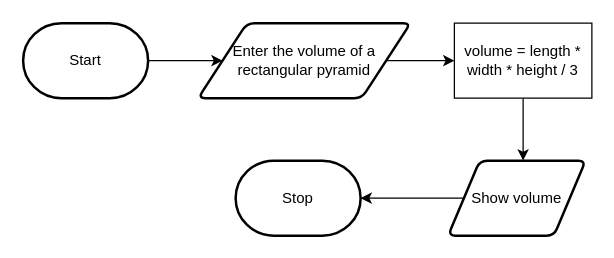
This is design/flowchart.drawio from MTHS-ICD2O-1-2024/ICD2O-Unit-3-02-Aimar-Fernandez, a draw.io file, before an edit. Source tidied: cells renumbered, new cells numbered last; positions are measured from the earlier drawing's top-left corner, leaving out a move shared by most shapes. Both pictures are drawn from the tidied source at 125%, with x=0, y=0 at pixel (22, 22).
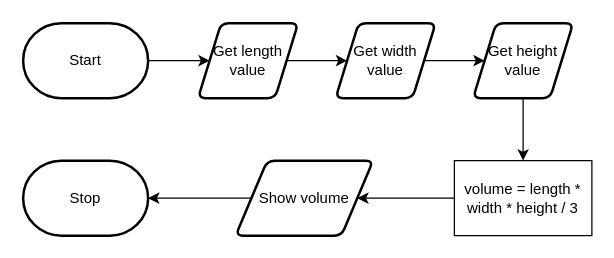
Above is the later version.

Diff of the diagram source:
```diff
@@
 <mxGraphModel>
   <root>
     <mxCell id="0" />
     <mxCell id="1" parent="0" />
-    <mxCell id="2" style="edgeStyle=orthogonalEdgeStyle;html=1;rounded=0;entryX=0.5;entryY=0;entryDx=0;entryDy=0;" parent="1" edge="1" source="6">
-      <mxGeometry relative="1" as="geometry">
-        <mxPoint x="400" y="110" as="targetPoint" />
-      </mxGeometry>
-    </mxCell>
     <mxCell id="3" value="Start" style="strokeWidth=2;html=1;shape=mxgraph.flowchart.terminator;whiteSpace=wrap;" parent="1" vertex="1">
       <mxGeometry width="100" height="60" as="geometry" />
     </mxCell>
     <mxCell id="4" value="Stop" style="strokeWidth=2;html=1;shape=mxgraph.flowchart.terminator;whiteSpace=wrap;" parent="1" vertex="1">
-      <mxGeometry x="170" y="110" width="100" height="60" as="geometry" />
+      <mxGeometry y="110" width="100" height="60" as="geometry" />
     </mxCell>
     <mxCell id="5" style="edgeStyle=orthogonalEdgeStyle;html=1;rounded=0;entryX=0;entryY=0.5;entryDx=0;entryDy=0;" parent="1" edge="1" source="3" target="9">
       <mxGeometry relative="1" as="geometry" />
     </mxCell>
+    <mxCell id="11" style="edgeStyle=none;html=1;entryX=1;entryY=0.5;entryDx=0;entryDy=0;" parent="1" edge="1" source="6" target="10">
+      <mxGeometry relative="1" as="geometry" />
+    </mxCell>
     <mxCell id="6" value="volume = length * width * height / 3" style="whiteSpace=wrap;html=1;" parent="1" vertex="1">
-      <mxGeometry x="345" width="110" height="60" as="geometry" />
+      <mxGeometry x="345" y="110" width="110" height="60" as="geometry" />
     </mxCell>
-    <mxCell id="7" style="edgeStyle=none;html=1;" parent="1" edge="1" target="6">
-      <mxGeometry relative="1" as="geometry">
-        <mxPoint x="290" y="30" as="sourcePoint" />
-      </mxGeometry>
-    </mxCell>
-    <mxCell id="8" style="edgeStyle=none;html=1;" parent="1" edge="1" target="4">
-      <mxGeometry relative="1" as="geometry">
-        <mxPoint x="355" y="140" as="sourcePoint" />
-      </mxGeometry>
-    </mxCell>
+    <mxCell id="12" style="edgeStyle=none;html=1;" parent="1" edge="1" source="9" target="14">
+      <mxGeometry relative="1" as="geometry" />
+    </mxCell>
-    <mxCell id="9" value="Enter the volume of a rectangular pyramid" style="shape=parallelogram;html=1;strokeWidth=2;perimeter=parallelogramPerimeter;whiteSpace=wrap;rounded=1;arcSize=12;size=0.23;" parent="1" vertex="1">
-      <mxGeometry x="140" width="170" height="60" as="geometry" />
+    <mxCell id="9" value="Get length value" style="shape=parallelogram;html=1;strokeWidth=2;perimeter=parallelogramPerimeter;whiteSpace=wrap;rounded=1;arcSize=12;size=0.23;" parent="1" vertex="1">
+      <mxGeometry x="140" width="80" height="60" as="geometry" />
     </mxCell>
     <mxCell id="10" value="Show volume" style="shape=parallelogram;html=1;strokeWidth=2;perimeter=parallelogramPerimeter;whiteSpace=wrap;rounded=1;arcSize=12;size=0.23;" parent="1" vertex="1">
-      <mxGeometry x="340" y="110" width="110" height="60" as="geometry" />
+      <mxGeometry x="170" y="110" width="110" height="60" as="geometry" />
     </mxCell>
+    <mxCell id="13" style="edgeStyle=none;html=1;" parent="1" edge="1" source="14" target="16">
+      <mxGeometry relative="1" as="geometry" />
+    </mxCell>
+    <mxCell id="14" value="Get width value" style="shape=parallelogram;html=1;strokeWidth=2;perimeter=parallelogramPerimeter;whiteSpace=wrap;rounded=1;arcSize=12;size=0.23;" parent="1" vertex="1">
+      <mxGeometry x="250" width="80" height="60" as="geometry" />
+    </mxCell>
+    <mxCell id="15" style="edgeStyle=none;html=1;" parent="1" edge="1" source="16" target="6">
+      <mxGeometry relative="1" as="geometry" />
+    </mxCell>
+    <mxCell id="16" value="Get height value" style="shape=parallelogram;html=1;strokeWidth=2;perimeter=parallelogramPerimeter;whiteSpace=wrap;rounded=1;arcSize=12;size=0.23;" parent="1" vertex="1">
+      <mxGeometry x="360" width="80" height="60" as="geometry" />
+    </mxCell>
+    <mxCell id="17" style="edgeStyle=none;html=1;entryX=1;entryY=0.5;entryDx=0;entryDy=0;entryPerimeter=0;" parent="1" edge="1" source="10" target="4">
+      <mxGeometry relative="1" as="geometry" />
+    </mxCell>
   </root>
 </mxGraphModel>
```
